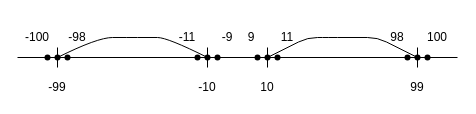
Above: Untitled Diagram.drawio in DarkRav/CuttingImg (draw.io), before the change. Source tidied: cells renumbered, new cells numbered last; positions are measured from the earlier drawing's top-left corner, leaving out a move shared by most shapes. Both pictures are drawn from the tidied source at 100%, with x=0, y=0 at pixel (17, 27).
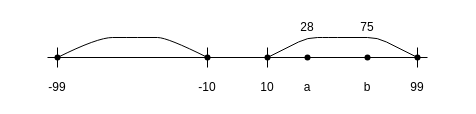
Above is the later version.

The change refers to these unchanged cells:
```xml
<mxCell id="13" style="shape=waypoint;sketch=0;fillStyle=solid;size=6;points=[];fillColor=none;perimeter=centerPerimeter;snapToPoint=1;" parent="1" vertex="1">
  <mxGeometry x="170" y="10" width="40" height="40" as="geometry" />
</mxCell>
<mxCell id="16" style="shape=waypoint;sketch=0;fillStyle=solid;size=6;points=[];fillColor=none;perimeter=centerPerimeter;snapToPoint=1;" parent="1" vertex="1">
  <mxGeometry x="230" y="10" width="40" height="40" as="geometry" />
</mxCell>
```

Change to the diagram source:
```diff
@@
-    <mxCell id="2" style="endArrow=none;html=1;startArrow=none;" parent="1" edge="1" source="20">
+    <mxCell id="2" style="endArrow=none;html=1;startArrow=none;" parent="1" edge="1" source="39">
       <mxGeometry relative="1" as="geometry">
-        <mxPoint x="440" y="30" as="targetPoint" />
+        <mxPoint x="410" y="30" as="targetPoint" />
       </mxGeometry>
     </mxCell>
@@
     <mxCell id="14" style="endArrow=none;html=1;" parent="1" edge="1" target="13">
       <mxGeometry relative="1" as="geometry">
-        <mxPoint y="30" as="sourcePoint" />
+        <mxPoint x="30" y="30" as="sourcePoint" />
       </mxGeometry>
     </mxCell>
@@
-    <mxCell id="17" style="endArrow=none;html=1;startArrow=none;" parent="1" edge="1" source="25">
+    <mxCell id="17" style="endArrow=none;html=1;startArrow=none;" parent="1" edge="1" source="13">
       <mxGeometry relative="1" as="geometry">
         <mxPoint x="250" y="30" as="targetPoint" />
       </mxGeometry>
     </mxCell>
@@
-    <mxCell id="19" style="shape=waypoint;sketch=0;fillStyle=solid;size=6;fillColor=none;perimeter=centerPerimeter;" parent="1" vertex="1">
-      <mxGeometry x="220" y="10" width="40" height="40" as="geometry" />
-    </mxCell>
-    <mxCell id="20" style="shape=waypoint;sketch=0;fillStyle=solid;size=6;points=[];fillColor=none;perimeter=centerPerimeter;snapToPoint=1;" parent="1" vertex="1">
-      <mxGeometry x="240" y="10" width="40" height="40" as="geometry" />
-    </mxCell>
-    <mxCell id="21" style="endArrow=none;html=1;startArrow=none;" parent="1" edge="1" source="16" target="20">
-      <mxGeometry relative="1" as="geometry" />
-    </mxCell>
-    <mxCell id="22" style="shape=waypoint;sketch=0;fillStyle=solid;size=6;fillColor=none;perimeter=centerPerimeter;" parent="1" vertex="1">
-      <mxGeometry x="160" y="10" width="40" height="40" as="geometry" />
-    </mxCell>
-    <mxCell id="23" style="shape=waypoint;sketch=0;fillStyle=solid;size=6;fillColor=none;perimeter=centerPerimeter;" parent="1" vertex="1">
-      <mxGeometry x="370" y="10" width="40" height="40" as="geometry" />
-    </mxCell>
-    <mxCell id="24" style="shape=waypoint;sketch=0;fillStyle=solid;size=6;fillColor=none;perimeter=centerPerimeter;" parent="1" vertex="1">
-      <mxGeometry x="390" y="10" width="40" height="40" as="geometry" />
-    </mxCell>
-    <mxCell id="25" style="shape=waypoint;sketch=0;fillStyle=solid;size=6;points=[];fillColor=none;perimeter=centerPerimeter;snapToPoint=1;" parent="1" vertex="1">
-      <mxGeometry x="180" y="10" width="40" height="40" as="geometry" />
-    </mxCell>
-    <mxCell id="26" style="endArrow=none;html=1;startArrow=none;" parent="1" edge="1" source="13" target="25">
-      <mxGeometry relative="1" as="geometry" />
-    </mxCell>
-    <mxCell id="27" style="shape=waypoint;sketch=0;fillStyle=solid;size=6;fillColor=none;perimeter=centerPerimeter;" parent="1" vertex="1">
-      <mxGeometry x="10" y="10" width="40" height="40" as="geometry" />
-    </mxCell>
-    <mxCell id="28" style="shape=waypoint;sketch=0;fillStyle=solid;size=6;fillColor=none;perimeter=centerPerimeter;" parent="1" vertex="1">
-      <mxGeometry x="30" y="10" width="40" height="40" as="geometry" />
-    </mxCell>
-    <mxCell id="29" value="100" style="text;html=1;strokeColor=none;fillColor=none;align=center;verticalAlign=middle;whiteSpace=wrap;rounded=0;" parent="1" vertex="1">
-      <mxGeometry x="400" width="40" height="20" as="geometry" />
-    </mxCell>
-    <mxCell id="30" value="98" style="text;html=1;strokeColor=none;fillColor=none;align=center;verticalAlign=middle;whiteSpace=wrap;rounded=0;" parent="1" vertex="1">
-      <mxGeometry x="360" width="40" height="20" as="geometry" />
-    </mxCell>
-    <mxCell id="31" value="11" style="text;html=1;strokeColor=none;fillColor=none;align=center;verticalAlign=middle;whiteSpace=wrap;rounded=0;" parent="1" vertex="1">
-      <mxGeometry x="250" width="40" height="20" as="geometry" />
-    </mxCell>
-    <mxCell id="32" value="9" style="text;html=1;strokeColor=none;fillColor=none;align=center;verticalAlign=middle;whiteSpace=wrap;rounded=0;" parent="1" vertex="1">
-      <mxGeometry x="214" width="40" height="20" as="geometry" />
-    </mxCell>
-    <mxCell id="33" value="-9" style="text;html=1;strokeColor=none;fillColor=none;align=center;verticalAlign=middle;whiteSpace=wrap;rounded=0;" parent="1" vertex="1">
-      <mxGeometry x="190" width="40" height="20" as="geometry" />
-    </mxCell>
-    <mxCell id="34" value="-11" style="text;html=1;strokeColor=none;fillColor=none;align=center;verticalAlign=middle;whiteSpace=wrap;rounded=0;" parent="1" vertex="1">
-      <mxGeometry x="150" width="40" height="20" as="geometry" />
-    </mxCell>
-    <mxCell id="35" value="-98" style="text;html=1;strokeColor=none;fillColor=none;align=center;verticalAlign=middle;whiteSpace=wrap;rounded=0;" parent="1" vertex="1">
-      <mxGeometry x="40" width="40" height="20" as="geometry" />
-    </mxCell>
-    <mxCell id="36" value="-100" style="text;html=1;strokeColor=none;fillColor=none;align=center;verticalAlign=middle;whiteSpace=wrap;rounded=0;" parent="1" vertex="1">
-      <mxGeometry width="40" height="20" as="geometry" />
-    </mxCell>
+    <mxCell id="37" style="shape=waypoint;sketch=0;fillStyle=solid;size=6;points=[];fillColor=none;perimeter=centerPerimeter;snapToPoint=1;" parent="1" vertex="1">
+      <mxGeometry x="270" y="10" width="40" height="40" as="geometry" />
+    </mxCell>
+    <mxCell id="38" style="endArrow=none;html=1;startArrow=none;" parent="1" edge="1" source="16" target="37">
+      <mxGeometry relative="1" as="geometry" />
+    </mxCell>
+    <mxCell id="39" style="shape=waypoint;sketch=0;fillStyle=solid;size=6;points=[];fillColor=none;perimeter=centerPerimeter;snapToPoint=1;" parent="1" vertex="1">
+      <mxGeometry x="330" y="10" width="40" height="40" as="geometry" />
+    </mxCell>
+    <mxCell id="40" style="endArrow=none;html=1;startArrow=none;" parent="1" edge="1" source="37" target="39">
+      <mxGeometry relative="1" as="geometry" />
+    </mxCell>
+    <mxCell id="41" value="75" style="text;html=1;strokeColor=none;fillColor=none;align=center;verticalAlign=middle;whiteSpace=wrap;rounded=0;" parent="1" vertex="1">
+      <mxGeometry x="330" y="-10" width="40" height="20" as="geometry" />
+    </mxCell>
+    <mxCell id="42" value="28" style="text;html=1;strokeColor=none;fillColor=none;align=center;verticalAlign=middle;whiteSpace=wrap;rounded=0;" parent="1" vertex="1">
+      <mxGeometry x="270" y="-10" width="40" height="20" as="geometry" />
+    </mxCell>
+    <mxCell id="43" value="a" style="text;html=1;strokeColor=none;fillColor=none;align=center;verticalAlign=middle;whiteSpace=wrap;rounded=0;" parent="1" vertex="1">
+      <mxGeometry x="270" y="50" width="40" height="20" as="geometry" />
+    </mxCell>
+    <mxCell id="44" value="b" style="text;html=1;strokeColor=none;fillColor=none;align=center;verticalAlign=middle;whiteSpace=wrap;rounded=0;" parent="1" vertex="1">
+      <mxGeometry x="330" y="50" width="40" height="20" as="geometry" />
+    </mxCell>
```
